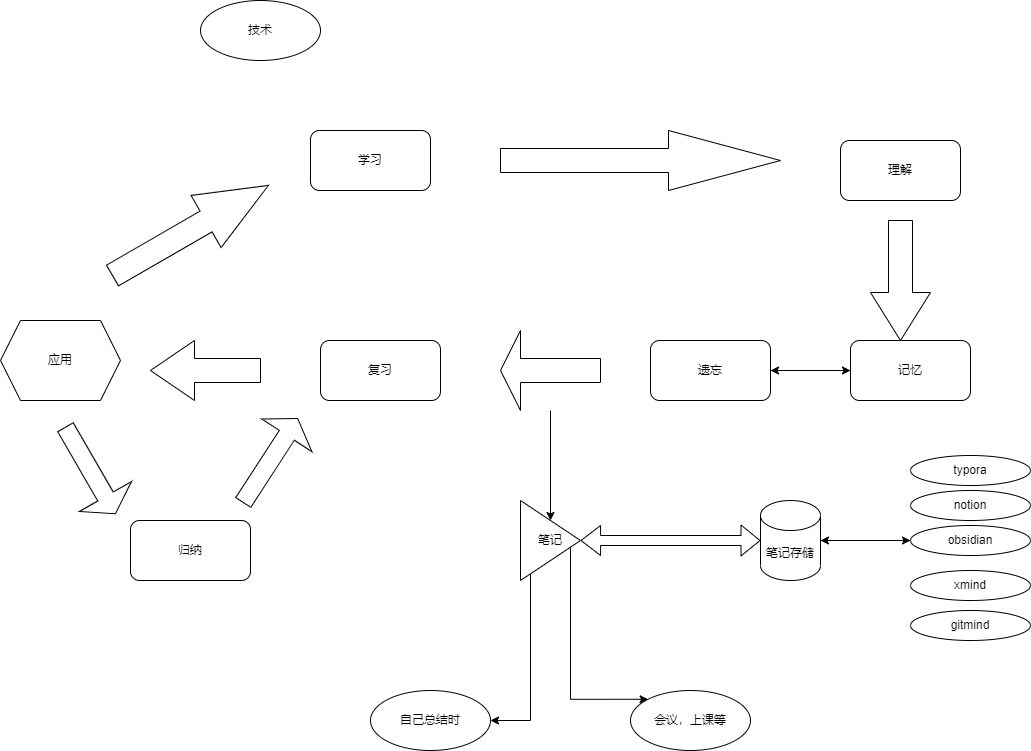
Above: 学习流程图.drawio.png in alowisdom/draw (draw.io), before the change. Source tidied: cells renumbered, new cells last; positions are measured from the earlier drawing's top-left corner, leaving out a move shared by most shapes.
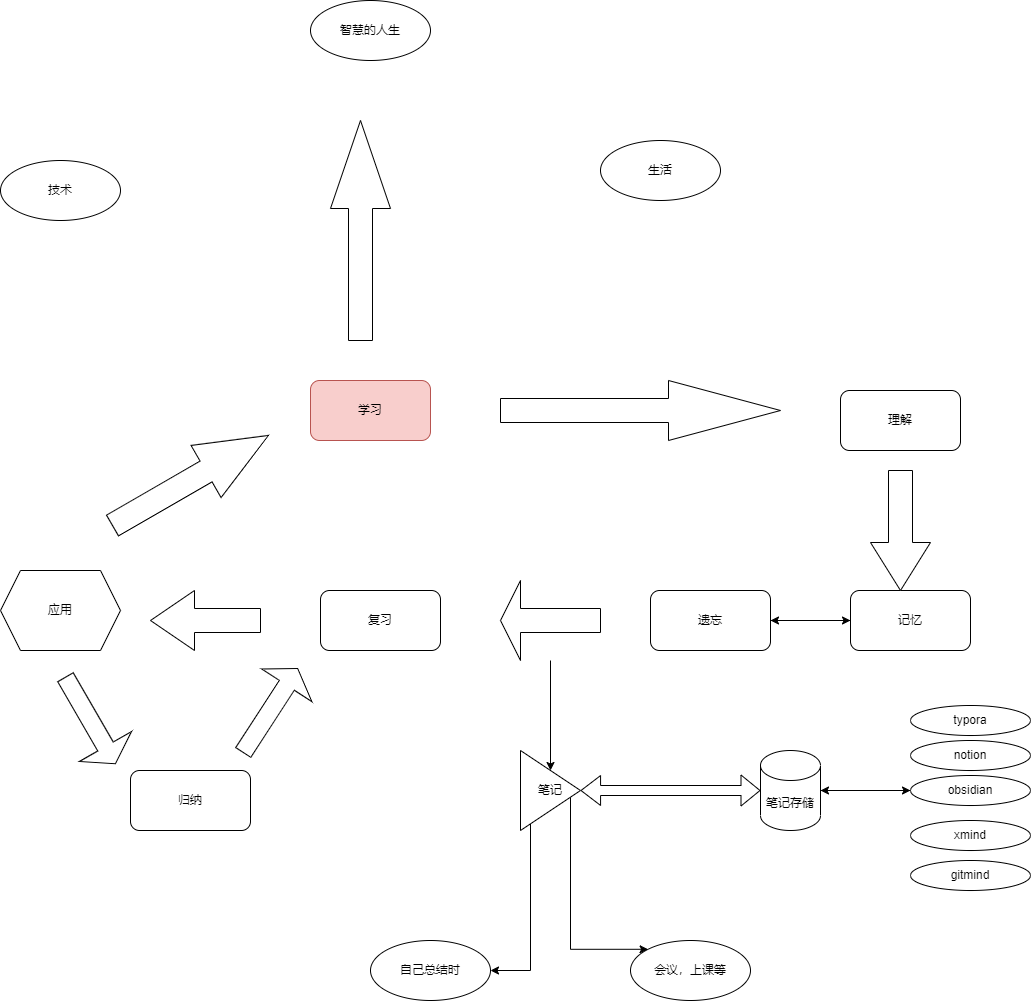
Above is the later version.

Commit message:
更新学习流程图.drawio.png

Diff of the diagram source:
```diff
@@ -2,7 +2,7 @@
   <root>
     <mxCell id="0" />
     <mxCell id="1" parent="0" />
-    <mxCell id="2" value="学习" style="rounded=1;whiteSpace=wrap;html=1;" parent="1" vertex="1">
+    <mxCell id="2" value="学习" style="rounded=1;whiteSpace=wrap;html=1;fillColor=#f8cecc;strokeColor=#b85450;" parent="1" vertex="1">
       <mxGeometry x="310" y="130" width="120" height="60" as="geometry" />
     </mxCell>
     <mxCell id="3" value="理解" style="rounded=1;whiteSpace=wrap;html=1;" parent="1" vertex="1">
@@ -104,7 +104,16 @@
       <mxGeometry x="910" y="455" width="120" height="30" as="geometry" />
     </mxCell>
     <mxCell id="33" value="技术" style="ellipse;whiteSpace=wrap;html=1;" parent="1" vertex="1">
-      <mxGeometry x="200" width="120" height="60" as="geometry" />
+      <mxGeometry y="-90" width="120" height="60" as="geometry" />
     </mxCell>
+    <mxCell id="34" value="生活" style="ellipse;whiteSpace=wrap;html=1;" parent="1" vertex="1">
+      <mxGeometry x="600" y="-110" width="120" height="60" as="geometry" />
+    </mxCell>
+    <mxCell id="35" value="智慧的人生" style="ellipse;whiteSpace=wrap;html=1;" parent="1" vertex="1">
+      <mxGeometry x="310" y="-250" width="120" height="60" as="geometry" />
+    </mxCell>
+    <mxCell id="36" style="shape=singleArrow;whiteSpace=wrap;html=1;arrowWidth=0.4;arrowSize=0.4;rotation=-90;" parent="1" vertex="1">
+      <mxGeometry x="250" y="-50" width="220" height="60" as="geometry" />
+    </mxCell>
   </root>
 </mxGraphModel>
```
